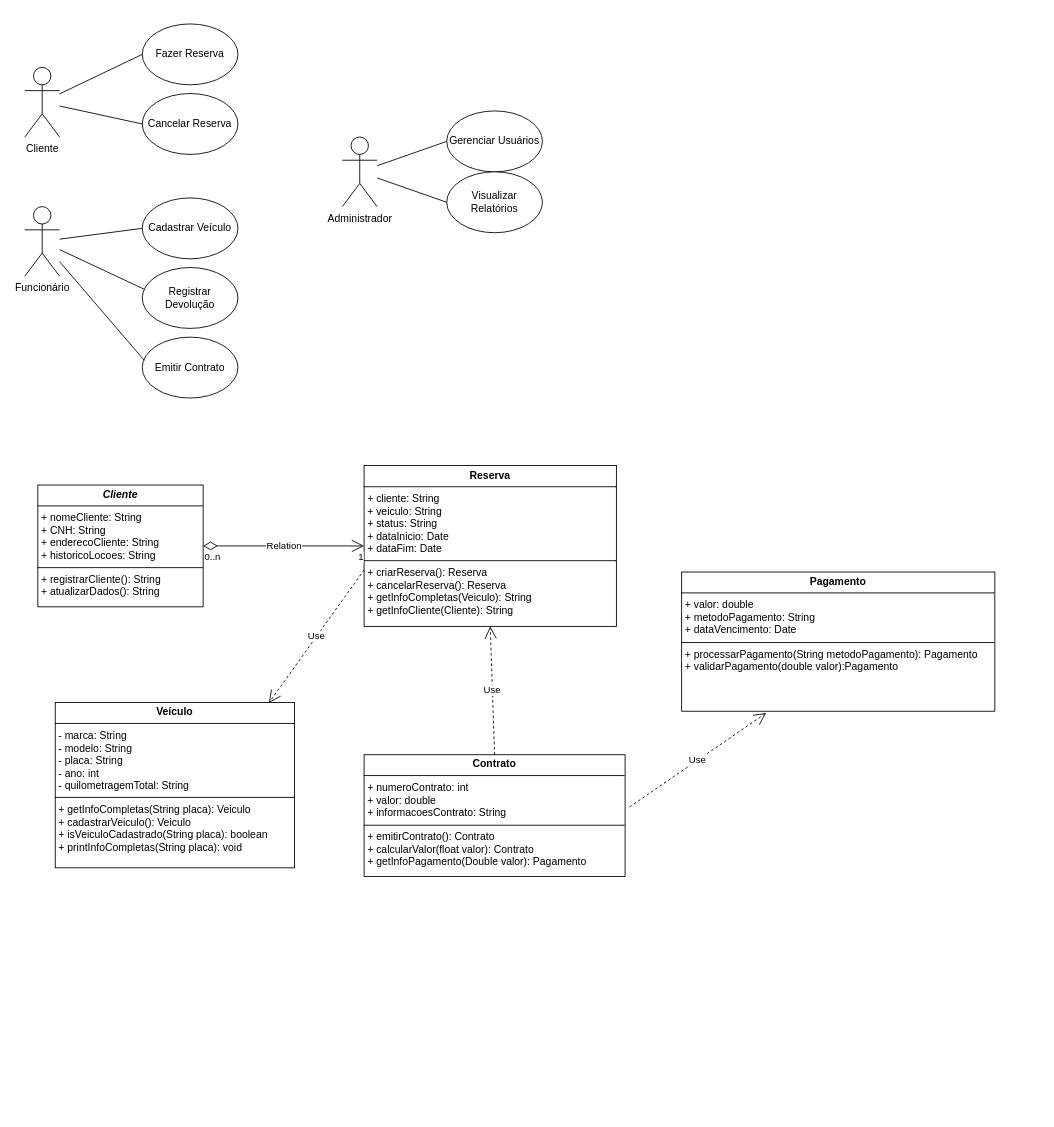
This is diagrama_casosUso.drawio from Thaynara3/mdc118, a draw.io file, before an edit. Source tidied: cells renumbered, new cells numbered last; positions are measured from the earlier drawing's top-left corner, leaving out a move shared by most shapes. Both pictures are drawn from the tidied source at 87%, with x=0, y=0 at pixel (24, 23).
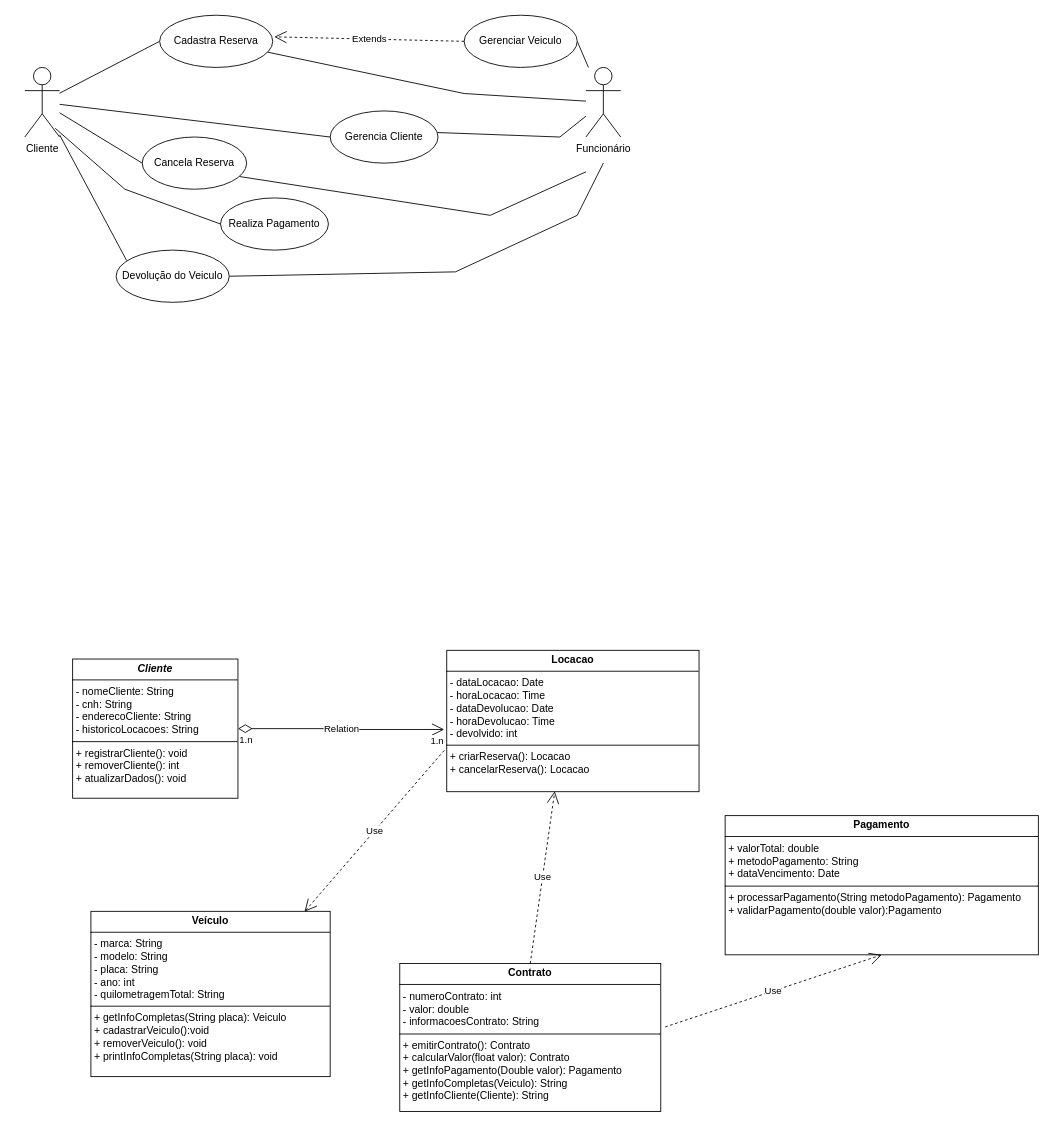
The same page after the edit.

Commit message:
diagramas de uso

The change refers to these unchanged cells:
```xml
<mxCell id="2" value="Cliente" style="shape=umlActor;verticalLabelPosition=bottom;verticalAlign=top;html=1;outlineConnect=0;" parent="1" vertex="1">
  <mxGeometry y="50" width="40" height="80" as="geometry" />
</mxCell>
```

What changed in the source:
```diff
@@
     <mxCell id="3" value="Funcionário" style="shape=umlActor;verticalLabelPosition=bottom;verticalAlign=top;html=1;outlineConnect=0;" parent="1" vertex="1">
-      <mxGeometry y="210" width="40" height="80" as="geometry" />
+      <mxGeometry x="645" y="50" width="40" height="80" as="geometry" />
     </mxCell>
-    <mxCell id="4" value="Administrador" style="shape=umlActor;verticalLabelPosition=bottom;verticalAlign=top;html=1;outlineConnect=0;" parent="1" vertex="1">
-      <mxGeometry x="365" y="130" width="40" height="80" as="geometry" />
-    </mxCell>
-    <mxCell id="5" value="Fazer Reserva" style="ellipse;whiteSpace=wrap;html=1;" parent="1" vertex="1">
-      <mxGeometry x="135" width="110" height="70" as="geometry" />
-    </mxCell>
-    <mxCell id="6" style="endArrow=none;html=1;rounded=0;entryX=0;entryY=0.5;entryDx=0;entryDy=0;" parent="1" edge="1" source="2" target="5">
+    <mxCell id="6" style="endArrow=none;html=1;rounded=0;entryX=0;entryY=0.5;entryDx=0;entryDy=0;" parent="1" edge="1" source="2" target="34">
       <mxGeometry relative="1" as="geometry" />
     </mxCell>
-    <mxCell id="7" value="Cancelar Reserva" style="ellipse;whiteSpace=wrap;html=1;" parent="1" vertex="1">
-      <mxGeometry x="135" y="80" width="110" height="70" as="geometry" />
-    </mxCell>
-    <mxCell id="8" style="endArrow=none;html=1;rounded=0;entryX=0;entryY=0.5;entryDx=0;entryDy=0;" parent="1" edge="1" source="2" target="7">
+    <mxCell id="8" style="endArrow=none;html=1;rounded=0;entryX=0;entryY=0.5;entryDx=0;entryDy=0;" parent="1" edge="1" source="2" target="35">
       <mxGeometry relative="1" as="geometry" />
     </mxCell>
-    <mxCell id="9" value="Cadastrar Veículo" style="ellipse;whiteSpace=wrap;html=1;" parent="1" vertex="1">
-      <mxGeometry x="135" y="200" width="110" height="70" as="geometry" />
-    </mxCell>
-    <mxCell id="10" value="Registrar Devolução" style="ellipse;whiteSpace=wrap;html=1;" parent="1" vertex="1">
-      <mxGeometry x="135" y="280" width="110" height="70" as="geometry" />
-    </mxCell>
-    <mxCell id="11" value="Emitir Contrato" style="ellipse;whiteSpace=wrap;html=1;" parent="1" vertex="1">
-      <mxGeometry x="135" y="360" width="110" height="70" as="geometry" />
-    </mxCell>
-    <mxCell id="12" style="endArrow=none;html=1;rounded=0;entryX=0;entryY=0.5;entryDx=0;entryDy=0;" parent="1" edge="1" source="3" target="9">
+    <mxCell id="12" style="endArrow=none;html=1;rounded=0;entryX=1;entryY=0.5;entryDx=0;entryDy=0;" parent="1" edge="1" source="3" target="30">
       <mxGeometry relative="1" as="geometry" />
     </mxCell>
-    <mxCell id="13" style="endArrow=none;html=1;rounded=0;entryX=0.021;entryY=0.357;entryDx=0;entryDy=0;entryPerimeter=0;" parent="1" edge="1" source="3" target="10">
-      <mxGeometry relative="1" as="geometry" />
+    <mxCell id="13" style="endArrow=none;html=1;rounded=0;entryX=0.993;entryY=0.414;entryDx=0;entryDy=0;entryPerimeter=0;" parent="1" edge="1" source="3" target="31">
+      <mxGeometry relative="1" as="geometry">
+        <Array as="points">
+          <mxPoint x="615" y="130" />
+        </Array>
+      </mxGeometry>
     </mxCell>
-    <mxCell id="14" style="endArrow=none;html=1;rounded=0;entryX=0.021;entryY=0.381;entryDx=0;entryDy=0;entryPerimeter=0;" parent="1" edge="1" source="3" target="11">
-      <mxGeometry relative="1" as="geometry" />
+    <mxCell id="14" style="endArrow=none;html=1;rounded=0;entryX=1;entryY=0.5;entryDx=0;entryDy=0;" parent="1" edge="1" target="32">
+      <mxGeometry relative="1" as="geometry">
+        <mxPoint x="665" y="160" as="sourcePoint" />
+        <Array as="points">
+          <mxPoint x="635" y="220" />
+          <mxPoint x="495" y="285" />
+        </Array>
+      </mxGeometry>
     </mxCell>
-    <mxCell id="15" value="Gerenciar Usuários" style="ellipse;whiteSpace=wrap;html=1;" parent="1" vertex="1">
-      <mxGeometry x="485" y="100" width="110" height="70" as="geometry" />
-    </mxCell>
-    <mxCell id="16" value="Visualizar Relatórios" style="ellipse;whiteSpace=wrap;html=1;" parent="1" vertex="1">
-      <mxGeometry x="485" y="170" width="110" height="70" as="geometry" />
-    </mxCell>
-    <mxCell id="17" style="endArrow=none;html=1;rounded=0;entryX=0;entryY=0.5;entryDx=0;entryDy=0;" parent="1" edge="1" source="4" target="15">
-      <mxGeometry relative="1" as="geometry" />
-    </mxCell>
-    <mxCell id="18" style="endArrow=none;html=1;rounded=0;entryX=0;entryY=0.5;entryDx=0;entryDy=0;" parent="1" edge="1" source="4" target="16">
-      <mxGeometry relative="1" as="geometry" />
-    </mxCell>
-    <mxCell id="19" value="&lt;p style=&quot;margin:0px;margin-top:4px;text-align:center;&quot;&gt;&lt;i&gt;&lt;b&gt;Cliente&lt;/b&gt;&lt;/i&gt;&lt;/p&gt;&lt;hr size=&quot;1&quot; style=&quot;border-style:solid;&quot;&gt;&lt;p style=&quot;margin:0px;margin-left:4px;&quot;&gt;+ nomeCliente: String&lt;br&gt;+ CNH: String&lt;/p&gt;&lt;p style=&quot;margin:0px;margin-left:4px;&quot;&gt;+ enderecoCliente: String&lt;/p&gt;&lt;p style=&quot;margin:0px;margin-left:4px;&quot;&gt;+ historicoLocoes: String&lt;/p&gt;&lt;hr size=&quot;1&quot; style=&quot;border-style:solid;&quot;&gt;&lt;p style=&quot;margin:0px;margin-left:4px;&quot;&gt;+ registrarCliente(): String&lt;br&gt;+ atualizarDados(): String&lt;/p&gt;" style="verticalAlign=top;align=left;overflow=fill;html=1;whiteSpace=wrap;" parent="1" vertex="1">
-      <mxGeometry x="15" y="530" width="190" height="140" as="geometry" />
+    <mxCell id="19" value="&lt;p style=&quot;margin:0px;margin-top:4px;text-align:center;&quot;&gt;&lt;i&gt;&lt;b&gt;Cliente&lt;/b&gt;&lt;/i&gt;&lt;/p&gt;&lt;hr size=&quot;1&quot; style=&quot;border-style:solid;&quot;&gt;&lt;p style=&quot;margin:0px;margin-left:4px;&quot;&gt;- nomeCliente: String&lt;br&gt;- cnh: String&lt;/p&gt;&lt;p style=&quot;margin:0px;margin-left:4px;&quot;&gt;- enderecoCliente: String&lt;/p&gt;&lt;p style=&quot;margin:0px;margin-left:4px;&quot;&gt;- historicoLocacoes: String&lt;/p&gt;&lt;hr size=&quot;1&quot; style=&quot;border-style:solid;&quot;&gt;&lt;p style=&quot;margin:0px;margin-left:4px;&quot;&gt;+ registrarCliente(): void&lt;/p&gt;&lt;p style=&quot;margin:0px;margin-left:4px;&quot;&gt;+ removerCliente(): int&lt;br&gt;+ atualizarDados(): void&lt;/p&gt;" style="verticalAlign=top;align=left;overflow=fill;html=1;whiteSpace=wrap;" parent="1" vertex="1">
+      <mxGeometry x="55" y="730" width="190" height="160" as="geometry" />
     </mxCell>
-    <mxCell id="20" value="&lt;p style=&quot;margin:0px;margin-top:4px;text-align:center;&quot;&gt;&lt;b&gt;Veículo&lt;/b&gt;&lt;/p&gt;&lt;hr size=&quot;1&quot; style=&quot;border-style:solid;&quot;&gt;&lt;p style=&quot;margin:0px;margin-left:4px;&quot;&gt;- marca: String&lt;/p&gt;&lt;p style=&quot;margin:0px;margin-left:4px;&quot;&gt;- modelo: String&lt;/p&gt;&lt;p style=&quot;margin:0px;margin-left:4px;&quot;&gt;- placa: String&lt;/p&gt;&lt;p style=&quot;margin:0px;margin-left:4px;&quot;&gt;- ano: int&lt;/p&gt;&lt;p style=&quot;margin:0px;margin-left:4px;&quot;&gt;- quilometragemTotal: String&lt;/p&gt;&lt;hr size=&quot;1&quot; style=&quot;border-style:solid;&quot;&gt;&lt;p style=&quot;margin:0px;margin-left:4px;&quot;&gt;+ getInfoCompletas(String placa): Veiculo&lt;/p&gt;&lt;p style=&quot;margin:0px;margin-left:4px;&quot;&gt;+ cadastrarVeiculo(): Veiculo&lt;/p&gt;&lt;p style=&quot;margin:0px;margin-left:4px;&quot;&gt;+ isVeiculoCadastrado(String placa): boolean&lt;/p&gt;&lt;p style=&quot;margin:0px;margin-left:4px;&quot;&gt;+ printInfoCompletas(String placa): void&lt;/p&gt;" style="verticalAlign=top;align=left;overflow=fill;html=1;whiteSpace=wrap;" parent="1" vertex="1">
-      <mxGeometry x="35" y="780" width="275" height="190" as="geometry" />
+    <mxCell id="20" value="&lt;p style=&quot;margin:0px;margin-top:4px;text-align:center;&quot;&gt;&lt;b&gt;Veículo&lt;/b&gt;&lt;/p&gt;&lt;hr size=&quot;1&quot; style=&quot;border-style:solid;&quot;&gt;&lt;p style=&quot;margin:0px;margin-left:4px;&quot;&gt;- marca: String&lt;/p&gt;&lt;p style=&quot;margin:0px;margin-left:4px;&quot;&gt;- modelo: String&lt;/p&gt;&lt;p style=&quot;margin:0px;margin-left:4px;&quot;&gt;- placa: String&lt;/p&gt;&lt;p style=&quot;margin:0px;margin-left:4px;&quot;&gt;- ano: int&lt;/p&gt;&lt;p style=&quot;margin:0px;margin-left:4px;&quot;&gt;- quilometragemTotal: String&lt;/p&gt;&lt;hr size=&quot;1&quot; style=&quot;border-style:solid;&quot;&gt;&lt;p style=&quot;margin:0px;margin-left:4px;&quot;&gt;+ getInfoCompletas(String placa): Veiculo&lt;/p&gt;&lt;p style=&quot;margin:0px;margin-left:4px;&quot;&gt;+ cadastrarVeiculo():void&lt;/p&gt;&lt;p style=&quot;margin:0px;margin-left:4px;&quot;&gt;+ removerVeiculo(): void&lt;/p&gt;&lt;p style=&quot;margin:0px;margin-left:4px;&quot;&gt;+ printInfoCompletas(String placa): void&lt;/p&gt;" style="verticalAlign=top;align=left;overflow=fill;html=1;whiteSpace=wrap;" parent="1" vertex="1">
+      <mxGeometry x="76" y="1020" width="275" height="190" as="geometry" />
     </mxCell>
-    <mxCell id="21" value="&lt;p style=&quot;margin:0px;margin-top:4px;text-align:center;&quot;&gt;&lt;b&gt;Reserva&lt;/b&gt;&lt;/p&gt;&lt;hr size=&quot;1&quot; style=&quot;border-style:solid;&quot;&gt;&lt;p style=&quot;margin:0px;margin-left:4px;&quot;&gt;+ cliente: String&lt;/p&gt;&lt;p style=&quot;margin:0px;margin-left:4px;&quot;&gt;+ veiculo: String&lt;/p&gt;&lt;p style=&quot;margin:0px;margin-left:4px;&quot;&gt;+ status: String&lt;/p&gt;&lt;p style=&quot;margin:0px;margin-left:4px;&quot;&gt;+ dataInicio: Date&lt;/p&gt;&lt;p style=&quot;margin:0px;margin-left:4px;&quot;&gt;+ dataFim: Date&lt;/p&gt;&lt;hr size=&quot;1&quot; style=&quot;border-style:solid;&quot;&gt;&lt;p style=&quot;margin:0px;margin-left:4px;&quot;&gt;+ criarReserva(): Reserva&lt;/p&gt;&lt;p style=&quot;margin:0px;margin-left:4px;&quot;&gt;+ cancelarReserva(): Reserva&lt;/p&gt;&lt;p style=&quot;margin:0px;margin-left:4px;&quot;&gt;+ getInfoCompletas(Veiculo): String&lt;/p&gt;&lt;p style=&quot;margin:0px;margin-left:4px;&quot;&gt;+ getInfoCliente(Cliente): String&lt;/p&gt;" style="verticalAlign=top;align=left;overflow=fill;html=1;whiteSpace=wrap;" parent="1" vertex="1">
-      <mxGeometry x="390" y="507.5" width="290" height="185" as="geometry" />
+    <mxCell id="21" value="&lt;p style=&quot;margin:0px;margin-top:4px;text-align:center;&quot;&gt;&lt;b&gt;Locacao&lt;/b&gt;&lt;/p&gt;&lt;hr size=&quot;1&quot; style=&quot;border-style:solid;&quot;&gt;&lt;p style=&quot;margin:0px;margin-left:4px;&quot;&gt;&lt;span style=&quot;background-color: initial;&quot;&gt;- dataLocacao: Date&lt;/span&gt;&lt;br&gt;&lt;/p&gt;&lt;p style=&quot;margin:0px;margin-left:4px;&quot;&gt;- horaLocacao: Time&lt;/p&gt;&lt;p style=&quot;margin:0px;margin-left:4px;&quot;&gt;- dataDevolucao: Date&lt;/p&gt;&lt;p style=&quot;margin:0px;margin-left:4px;&quot;&gt;- horaDevolucao: Time&lt;/p&gt;&lt;p style=&quot;margin:0px;margin-left:4px;&quot;&gt;- devolvido: int&lt;/p&gt;&lt;hr size=&quot;1&quot; style=&quot;border-style:solid;&quot;&gt;&lt;p style=&quot;margin:0px;margin-left:4px;&quot;&gt;+ criarReserva(): Locacao&lt;/p&gt;&lt;p style=&quot;margin:0px;margin-left:4px;&quot;&gt;+ cancelarReserva(): Locacao&lt;/p&gt;&lt;p style=&quot;margin:0px;margin-left:4px;&quot;&gt;&lt;br&gt;&lt;/p&gt;" style="verticalAlign=top;align=left;overflow=fill;html=1;whiteSpace=wrap;" parent="1" vertex="1">
+      <mxGeometry x="485" y="720" width="290" height="162.5" as="geometry" />
     </mxCell>
-    <mxCell id="22" value="&lt;p style=&quot;margin:0px;margin-top:4px;text-align:center;&quot;&gt;&lt;b&gt;Contrato&lt;/b&gt;&lt;/p&gt;&lt;hr size=&quot;1&quot; style=&quot;border-style:solid;&quot;&gt;&lt;p style=&quot;margin:0px;margin-left:4px;&quot;&gt;+ numeroContrato: int&lt;/p&gt;&lt;p style=&quot;margin:0px;margin-left:4px;&quot;&gt;+ valor: double&lt;/p&gt;&lt;p style=&quot;margin:0px;margin-left:4px;&quot;&gt;+ informacoesContrato: String&lt;/p&gt;&lt;hr size=&quot;1&quot; style=&quot;border-style:solid;&quot;&gt;&lt;p style=&quot;margin:0px;margin-left:4px;&quot;&gt;+ emitirContrato(): Contrato&lt;/p&gt;&lt;p style=&quot;margin:0px;margin-left:4px;&quot;&gt;+ calcularValor(float valor): Contrato&lt;/p&gt;&lt;p style=&quot;margin:0px;margin-left:4px;&quot;&gt;+ getInfoPagamento(Double valor): Pagamento&lt;/p&gt;" style="verticalAlign=top;align=left;overflow=fill;html=1;whiteSpace=wrap;" parent="1" vertex="1">
-      <mxGeometry x="390" y="840" width="300" height="140" as="geometry" />
+    <mxCell id="22" value="&lt;p style=&quot;margin:0px;margin-top:4px;text-align:center;&quot;&gt;&lt;b&gt;Contrato&lt;/b&gt;&lt;/p&gt;&lt;hr size=&quot;1&quot; style=&quot;border-style:solid;&quot;&gt;&lt;p style=&quot;margin:0px;margin-left:4px;&quot;&gt;- numeroContrato: int&lt;/p&gt;&lt;p style=&quot;margin:0px;margin-left:4px;&quot;&gt;- valor: double&lt;/p&gt;&lt;p style=&quot;margin:0px;margin-left:4px;&quot;&gt;- informacoesContrato: String&lt;/p&gt;&lt;hr size=&quot;1&quot; style=&quot;border-style:solid;&quot;&gt;&lt;p style=&quot;margin:0px;margin-left:4px;&quot;&gt;+ emitirContrato(): Contrato&lt;/p&gt;&lt;p style=&quot;margin:0px;margin-left:4px;&quot;&gt;+ calcularValor(float valor): Contrato&lt;/p&gt;&lt;p style=&quot;margin:0px;margin-left:4px;&quot;&gt;+ getInfoPagamento(Double valor): Pagamento&lt;/p&gt;&lt;p style=&quot;margin: 0px 0px 0px 4px;&quot;&gt;+ getInfoCompletas(Veiculo): String&lt;/p&gt;&lt;p style=&quot;margin: 0px 0px 0px 4px;&quot;&gt;+ getInfoCliente(Cliente): String&lt;/p&gt;" style="verticalAlign=top;align=left;overflow=fill;html=1;whiteSpace=wrap;" parent="1" vertex="1">
+      <mxGeometry x="431" y="1080" width="300" height="170" as="geometry" />
     </mxCell>
-    <mxCell id="23" value="&lt;p style=&quot;margin:0px;margin-top:4px;text-align:center;&quot;&gt;&lt;b&gt;Pagamento&lt;/b&gt;&lt;/p&gt;&lt;hr size=&quot;1&quot; style=&quot;border-style:solid;&quot;&gt;&lt;p style=&quot;margin:0px;margin-left:4px;&quot;&gt;+ valor: double&lt;/p&gt;&lt;p style=&quot;margin:0px;margin-left:4px;&quot;&gt;+ metodoPagamento: String&lt;/p&gt;&lt;p style=&quot;margin:0px;margin-left:4px;&quot;&gt;+ dataVencimento: Date&lt;/p&gt;&lt;hr size=&quot;1&quot; style=&quot;border-style:solid;&quot;&gt;&lt;p style=&quot;margin:0px;margin-left:4px;&quot;&gt;+ processarPagamento(String metodoPagamento): Pagamento&lt;/p&gt;&lt;p style=&quot;margin:0px;margin-left:4px;&quot;&gt;+ validarPagamento(double valor):Pagamento&lt;/p&gt;" style="verticalAlign=top;align=left;overflow=fill;html=1;whiteSpace=wrap;" parent="1" vertex="1">
-      <mxGeometry x="755" y="630" width="360" height="160" as="geometry" />
+    <mxCell id="23" value="&lt;p style=&quot;margin:0px;margin-top:4px;text-align:center;&quot;&gt;&lt;b&gt;Pagamento&lt;/b&gt;&lt;/p&gt;&lt;hr size=&quot;1&quot; style=&quot;border-style:solid;&quot;&gt;&lt;p style=&quot;margin:0px;margin-left:4px;&quot;&gt;+ valorTotal: double&lt;/p&gt;&lt;p style=&quot;margin:0px;margin-left:4px;&quot;&gt;+ metodoPagamento: String&lt;/p&gt;&lt;p style=&quot;margin:0px;margin-left:4px;&quot;&gt;+ dataVencimento: Date&lt;/p&gt;&lt;hr size=&quot;1&quot; style=&quot;border-style:solid;&quot;&gt;&lt;p style=&quot;margin:0px;margin-left:4px;&quot;&gt;+ processarPagamento(String metodoPagamento): Pagamento&lt;/p&gt;&lt;p style=&quot;margin:0px;margin-left:4px;&quot;&gt;+ validarPagamento(double valor):Pagamento&lt;/p&gt;" style="verticalAlign=top;align=left;overflow=fill;html=1;whiteSpace=wrap;" parent="1" vertex="1">
+      <mxGeometry x="805" y="910" width="360" height="160" as="geometry" />
     </mxCell>
-    <mxCell id="24" value="Use" style="endArrow=open;endSize=12;dashed=1;html=1;rounded=0;entryX=0.5;entryY=1;entryDx=0;entryDy=0;exitX=0.5;exitY=0;exitDx=0;exitDy=0;" parent="1" edge="1" source="22" target="21">
+    <mxCell id="24" value="Use" style="endArrow=open;endSize=12;dashed=1;html=1;rounded=0;entryX=0.428;entryY=0.997;entryDx=0;entryDy=0;exitX=0.5;exitY=0;exitDx=0;exitDy=0;entryPerimeter=0;" parent="1" edge="1" source="22" target="21">
       <mxGeometry relative="1" as="geometry" />
     </mxCell>
-    <mxCell id="25" value="Use" style="endArrow=open;endSize=12;dashed=1;html=1;rounded=0;exitX=0;exitY=0.649;exitDx=0;exitDy=0;exitPerimeter=0;entryX=0.893;entryY=0.002;entryDx=0;entryDy=0;entryPerimeter=0;" parent="1" edge="1" source="21" target="20">
+    <mxCell id="25" value="Use" style="endArrow=open;endSize=12;dashed=1;html=1;rounded=0;exitX=-0.01;exitY=0.708;exitDx=0;exitDy=0;exitPerimeter=0;entryX=0.893;entryY=0.002;entryDx=0;entryDy=0;entryPerimeter=0;" parent="1" edge="1" source="21" target="20">
       <mxGeometry relative="1" as="geometry" />
     </mxCell>
-    <mxCell id="26" value="Use" style="endArrow=open;endSize=12;dashed=1;html=1;rounded=0;entryX=0.27;entryY=1.013;entryDx=0;entryDy=0;entryPerimeter=0;exitX=1.017;exitY=0.429;exitDx=0;exitDy=0;exitPerimeter=0;" parent="1" edge="1" source="22" target="23">
+    <mxCell id="26" value="Use" style="endArrow=open;endSize=12;dashed=1;html=1;rounded=0;entryX=0.5;entryY=1;entryDx=0;entryDy=0;exitX=1.017;exitY=0.429;exitDx=0;exitDy=0;exitPerimeter=0;" parent="1" edge="1" source="22" target="23">
       <mxGeometry relative="1" as="geometry" />
     </mxCell>
-    <mxCell id="27" value="Relation" style="endArrow=open;html=1;endSize=12;startArrow=diamondThin;startSize=14;startFill=0;edgeStyle=orthogonalEdgeStyle;rounded=0;exitX=1;exitY=0.5;exitDx=0;exitDy=0;entryX=0;entryY=0.5;entryDx=0;entryDy=0;" parent="1" edge="1" source="19" target="21">
+    <mxCell id="27" value="Relation" style="endArrow=open;html=1;endSize=12;startArrow=diamondThin;startSize=14;startFill=0;edgeStyle=orthogonalEdgeStyle;rounded=0;exitX=1;exitY=0.5;exitDx=0;exitDy=0;entryX=-0.01;entryY=0.56;entryDx=0;entryDy=0;entryPerimeter=0;" parent="1" edge="1" source="19" target="21">
       <mxGeometry relative="1" as="geometry" />
     </mxCell>
-    <mxCell id="28" value="0..n" style="edgeLabel;html=1;align=left;verticalAlign=top;" parent="27" vertex="1">
+    <mxCell id="28" value="1.n" style="edgeLabel;html=1;align=left;verticalAlign=top;" parent="27" vertex="1">
       <mxGeometry x="-1" relative="1" as="geometry" />
     </mxCell>
-    <mxCell id="29" value="1" style="edgeLabel;html=1;align=right;verticalAlign=top;" parent="27" vertex="1">
+    <mxCell id="29" value="1.n" style="edgeLabel;html=1;align=right;verticalAlign=top;" parent="27" vertex="1">
       <mxGeometry x="1" relative="1" as="geometry" />
     </mxCell>
+    <mxCell id="30" value="Gerenciar Veiculo" style="ellipse;whiteSpace=wrap;html=1;" parent="1" vertex="1">
+      <mxGeometry x="505" y="-10" width="130" height="60" as="geometry" />
+    </mxCell>
+    <mxCell id="31" value="Gerencia Cliente" style="ellipse;whiteSpace=wrap;html=1;" parent="1" vertex="1">
+      <mxGeometry x="351" y="100" width="124" height="60" as="geometry" />
+    </mxCell>
+    <mxCell id="32" value="Devolução do Veiculo" style="ellipse;whiteSpace=wrap;html=1;" parent="1" vertex="1">
+      <mxGeometry x="105" y="260" width="130" height="60" as="geometry" />
+    </mxCell>
+    <mxCell id="33" style="endArrow=none;html=1;rounded=0;entryX=0.093;entryY=0.2;entryDx=0;entryDy=0;entryPerimeter=0;" parent="1" edge="1" source="2" target="32">
+      <mxGeometry relative="1" as="geometry" />
+    </mxCell>
+    <mxCell id="34" value="Cadastra Reserva" style="ellipse;whiteSpace=wrap;html=1;" parent="1" vertex="1">
+      <mxGeometry x="155" y="-10" width="130" height="60" as="geometry" />
+    </mxCell>
+    <mxCell id="35" value="Cancela Reserva" style="ellipse;whiteSpace=wrap;html=1;" parent="1" vertex="1">
+      <mxGeometry x="135" y="130" width="120" height="60" as="geometry" />
+    </mxCell>
+    <mxCell id="36" style="endArrow=none;html=1;rounded=0;" parent="1" edge="1" source="3" target="34">
+      <mxGeometry relative="1" as="geometry">
+        <Array as="points">
+          <mxPoint x="505" y="80" />
+        </Array>
+      </mxGeometry>
+    </mxCell>
+    <mxCell id="37" value="Extends" style="endArrow=open;endSize=12;dashed=1;html=1;rounded=0;entryX=1.014;entryY=0.414;entryDx=0;entryDy=0;entryPerimeter=0;exitX=0;exitY=0.5;exitDx=0;exitDy=0;" parent="1" edge="1" source="30" target="34">
+      <mxGeometry relative="1" as="geometry" />
+    </mxCell>
+    <mxCell id="38" style="endArrow=none;html=1;rounded=0;exitX=0.932;exitY=0.757;exitDx=0;exitDy=0;exitPerimeter=0;" parent="1" edge="1" source="35">
+      <mxGeometry relative="1" as="geometry">
+        <mxPoint x="645" y="170" as="targetPoint" />
+        <Array as="points">
+          <mxPoint x="535" y="220" />
+          <mxPoint x="645" y="170" />
+        </Array>
+      </mxGeometry>
+    </mxCell>
+    <mxCell id="39" value="Realiza Pagamento" style="ellipse;whiteSpace=wrap;html=1;" parent="1" vertex="1">
+      <mxGeometry x="225" y="200" width="124" height="60" as="geometry" />
+    </mxCell>
+    <mxCell id="40" style="endArrow=none;html=1;rounded=0;entryX=0;entryY=0.5;entryDx=0;entryDy=0;" parent="1" edge="1" source="2" target="31">
+      <mxGeometry relative="1" as="geometry" />
+    </mxCell>
+    <mxCell id="41" style="endArrow=none;html=1;rounded=0;entryX=0;entryY=0.5;entryDx=0;entryDy=0;exitX=0.875;exitY=0.875;exitDx=0;exitDy=0;exitPerimeter=0;" parent="1" edge="1" source="2" target="39">
+      <mxGeometry relative="1" as="geometry">
+        <Array as="points">
+          <mxPoint x="115" y="190" />
+        </Array>
+      </mxGeometry>
+    </mxCell>
```
